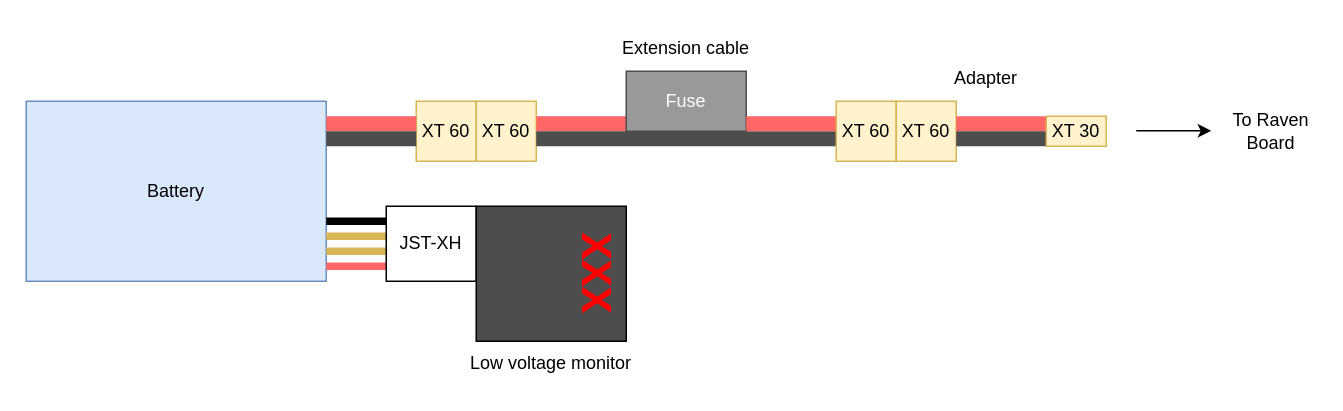
Before: diagram/battery.drawio in MASLAB/kitbot-how-to, a draw.io diagram. Source tidied: cells renumbered, new cells numbered last; positions are measured from the earlier drawing's top-left corner, leaving out a move shared by most shapes. Both pictures are drawn from the tidied source at 150%, with x=0, y=0 at pixel (26, 26).
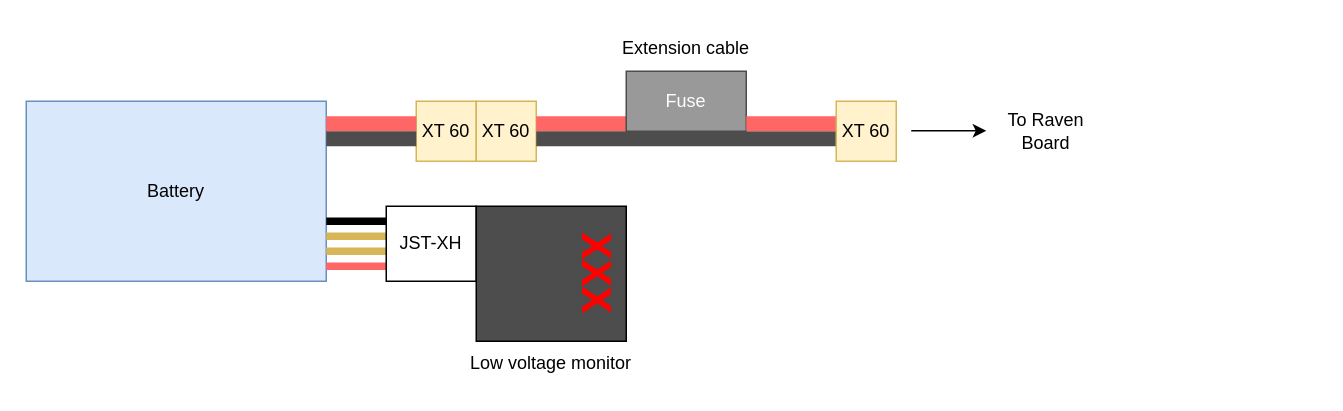
The same page after the edit.

Commit message (it also covers changes not shown here):
Move the XT adapter to be part of the Raven board instead of battery

The edit, as a diff of the source:
```diff
@@
-    <mxCell id="12" value="XT 60" style="rounded=0;whiteSpace=wrap;html=1;fillColor=#fff2cc;strokeColor=#d6b656;" parent="1" vertex="1">
-      <mxGeometry x="580" y="50" width="40" height="40" as="geometry" />
-    </mxCell>
-    <mxCell id="13" style="rounded=0;whiteSpace=wrap;html=1;fillColor=#FF6666;strokeColor=none;" parent="1" vertex="1">
-      <mxGeometry x="620" y="60" width="60" height="10" as="geometry" />
-    </mxCell>
-    <mxCell id="14" style="rounded=0;whiteSpace=wrap;html=1;fillColor=#4D4D4D;strokeColor=none;" parent="1" vertex="1">
-      <mxGeometry x="620" y="70" width="60" height="10" as="geometry" />
-    </mxCell>
-    <mxCell id="15" value="XT 30" style="rounded=0;whiteSpace=wrap;html=1;fillColor=#fff2cc;strokeColor=#d6b656;" parent="1" vertex="1">
-      <mxGeometry x="680" y="60" width="40" height="20" as="geometry" />
-    </mxCell>
     <mxCell id="16" style="endArrow=classic;html=1;rounded=0;" parent="1" edge="1">
       <mxGeometry relative="1" as="geometry">
-        <mxPoint x="740" y="69.7" as="sourcePoint" />
-        <mxPoint x="790" y="69.7" as="targetPoint" />
+        <mxPoint x="590" y="69.7" as="sourcePoint" />
+        <mxPoint x="640" y="69.7" as="targetPoint" />
       </mxGeometry>
     </mxCell>
     <mxCell id="17" value="To Raven Board" style="text;html=1;align=center;verticalAlign=middle;whiteSpace=wrap;rounded=0;" parent="1" vertex="1">
-      <mxGeometry x="800" y="50" width="60" height="40" as="geometry" />
+      <mxGeometry x="650" y="50" width="60" height="40" as="geometry" />
     </mxCell>
@@
-    <mxCell id="26" value="Adapter" style="text;html=1;align=center;verticalAlign=middle;whiteSpace=wrap;rounded=0;" parent="1" vertex="1">
-      <mxGeometry x="580" y="20" width="120" height="30" as="geometry" />
-    </mxCell>
```
